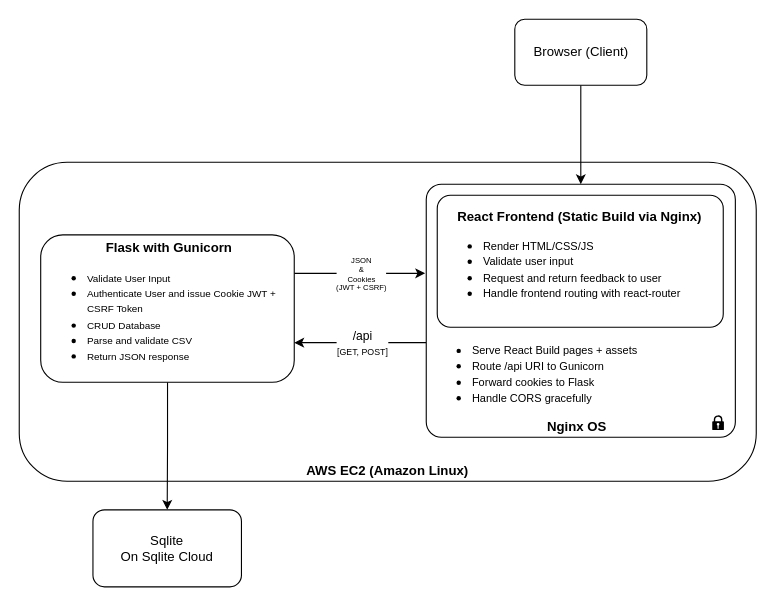
Anshuman239/mmc_mstSys keeps this draw.io diagram as SystemDiagram.drawio. Above is the earlier version. Source tidied: cells renumbered, new cells numbered last; positions are measured from the earlier drawing's top-left corner, leaving out a move shared by most shapes. Both pictures are drawn from the tidied source at 110%, with x=0, y=0 at pixel (19, 19).
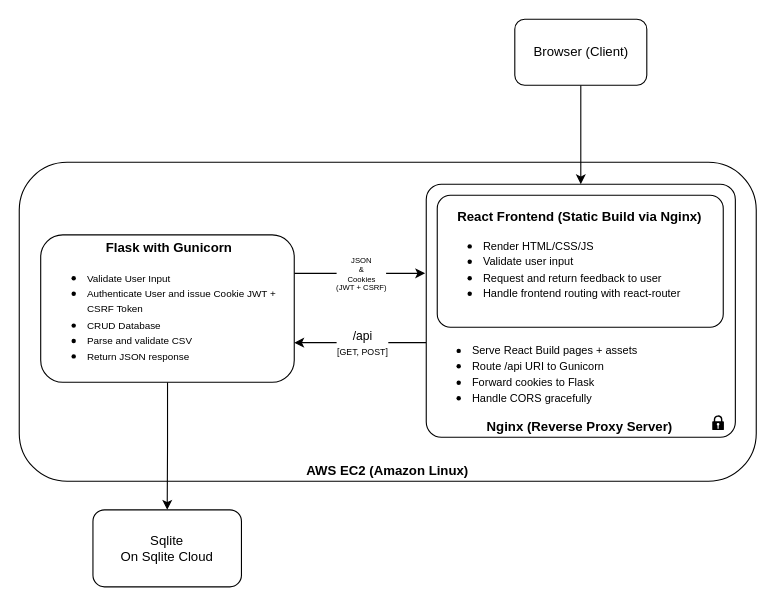
The same page after the edit.

Diff of the diagram source:
```diff
@@
 <mxGraphModel>
   <root>
     <mxCell id="0" />
     <mxCell id="1" parent="0" />
     <mxCell id="2" value="&lt;b&gt;AWS EC2 (Amazon Linux)&lt;/b&gt;" style="rounded=1;whiteSpace=wrap;html=1;fontSize=12;verticalAlign=bottom;" parent="1" vertex="1">
       <mxGeometry y="130" width="670" height="290" as="geometry" />
     </mxCell>
     <mxCell id="3" style="edgeStyle=orthogonalEdgeStyle;rounded=0;jettySize=auto;html=1;entryX=0.5;entryY=0;entryDx=0;entryDy=0;" parent="1" edge="1" source="6" target="10">
       <mxGeometry relative="1" as="geometry" />
     </mxCell>
     <mxCell id="4" style="edgeStyle=orthogonalEdgeStyle;rounded=0;orthogonalLoop=1;jettySize=auto;html=1;" parent="1" edge="1">
       <mxGeometry relative="1" as="geometry">
         <mxPoint x="250" y="231" as="sourcePoint" />
         <mxPoint x="369" y="231" as="targetPoint" />
       </mxGeometry>
     </mxCell>
     <mxCell id="5" value="JSON&lt;br&gt;&amp;amp;&lt;br&gt;Cookies&lt;div&gt;(JWT + CSRF)&lt;/div&gt;" style="edgeLabel;html=1;align=center;verticalAlign=middle;fontSize=7;" parent="4" vertex="1">
       <mxGeometry relative="1" as="geometry" />
     </mxCell>
     <mxCell id="6" value="&lt;div style=&quot;text-align: center;&quot;&gt;&lt;span style=&quot;background-color: transparent; color: light-dark(rgb(0, 0, 0), rgb(255, 255, 255));&quot;&gt;&lt;b&gt;Flask with Gunicorn&lt;/b&gt;&lt;/span&gt;&lt;/div&gt;&lt;ul&gt;&lt;li&gt;&lt;font style=&quot;font-size: 9px;&quot;&gt;Validate User Input&lt;/font&gt;&lt;/li&gt;&lt;li&gt;&lt;font style=&quot;font-size: 9px;&quot;&gt;Authenticate User and issue Cookie JWT + CSRF Token&lt;/font&gt;&lt;/li&gt;&lt;li&gt;&lt;font style=&quot;font-size: 9px;&quot;&gt;CRUD Database&lt;/font&gt;&lt;/li&gt;&lt;li&gt;&lt;font style=&quot;font-size: 9px;&quot;&gt;Parse and validate CSV&lt;/font&gt;&lt;/li&gt;&lt;li&gt;&lt;font style=&quot;font-size: 9px;&quot;&gt;Return JSON response&lt;/font&gt;&lt;/li&gt;&lt;/ul&gt;" style="rounded=1;whiteSpace=wrap;html=1;align=left;verticalAlign=middle;" parent="1" vertex="1">
       <mxGeometry x="19.5" y="196" width="230.5" height="134" as="geometry" />
     </mxCell>
     <mxCell id="7" style="edgeStyle=orthogonalEdgeStyle;rounded=0;orthogonalLoop=1;jettySize=auto;html=1;" parent="1" edge="1">
       <mxGeometry relative="1" as="geometry">
         <mxPoint x="370" y="294" as="sourcePoint" />
         <mxPoint x="250" y="294" as="targetPoint" />
       </mxGeometry>
     </mxCell>
     <mxCell id="8" value="/api&lt;div&gt;&lt;font style=&quot;font-size: 8px;&quot;&gt;[GET, POST]&lt;/font&gt;&lt;/div&gt;" style="edgeLabel;html=1;align=center;verticalAlign=middle;" parent="7" vertex="1">
       <mxGeometry x="0.02" y="-1" relative="1" as="geometry">
         <mxPoint x="2" y="1" as="offset" />
       </mxGeometry>
     </mxCell>
-    <mxCell id="9" value="&lt;div&gt;&lt;ul&gt;&lt;li style=&quot;&quot;&gt;&lt;font style=&quot;font-size: 10px;&quot;&gt;Serve React Build pages + assets&lt;/font&gt;&lt;/li&gt;&lt;li style=&quot;&quot;&gt;&lt;font style=&quot;font-size: 10px;&quot;&gt;Route /api URI to Gunicorn&lt;/font&gt;&lt;/li&gt;&lt;li style=&quot;&quot;&gt;&lt;font style=&quot;font-size: 10px;&quot;&gt;Forward cookies to Flask&lt;/font&gt;&lt;/li&gt;&lt;li style=&quot;&quot;&gt;&lt;font style=&quot;font-size: 10px;&quot;&gt;Handle CORS gracefully&lt;/font&gt;&lt;/li&gt;&lt;/ul&gt;&lt;/div&gt;&lt;div style=&quot;font-weight: bold; text-align: center;&quot;&gt;&lt;b style=&quot;background-color: transparent; color: light-dark(rgb(0, 0, 0), rgb(255, 255, 255));&quot;&gt;&lt;span style=&quot;white-space: pre;&quot;&gt;&#9;&lt;/span&gt;&amp;nbsp; &amp;nbsp; &amp;nbsp;&lt;span style=&quot;white-space: pre;&quot;&gt;&#9;&lt;/span&gt;&lt;span style=&quot;white-space: pre;&quot;&gt;&#9;&lt;/span&gt;Nginx OS&lt;/b&gt;&lt;/div&gt;" style="rounded=1;whiteSpace=wrap;html=1;verticalAlign=bottom;align=left;arcSize=6;" parent="1" vertex="1">
+    <mxCell id="9" value="&lt;div&gt;&lt;ul&gt;&lt;li style=&quot;&quot;&gt;&lt;font style=&quot;font-size: 10px;&quot;&gt;Serve React Build pages + assets&lt;/font&gt;&lt;/li&gt;&lt;li style=&quot;&quot;&gt;&lt;font style=&quot;font-size: 10px;&quot;&gt;Route /api URI to Gunicorn&lt;/font&gt;&lt;/li&gt;&lt;li style=&quot;&quot;&gt;&lt;font style=&quot;font-size: 10px;&quot;&gt;Forward cookies to Flask&lt;/font&gt;&lt;/li&gt;&lt;li style=&quot;&quot;&gt;&lt;font style=&quot;font-size: 10px;&quot;&gt;Handle CORS gracefully&lt;/font&gt;&lt;/li&gt;&lt;/ul&gt;&lt;/div&gt;&lt;div style=&quot;text-align: center;&quot;&gt;&lt;b style=&quot;font-weight: bold; background-color: transparent; color: light-dark(rgb(0, 0, 0), rgb(255, 255, 255));&quot;&gt;&amp;nbsp; &amp;nbsp; &amp;nbsp;&lt;span style=&quot;white-space: pre;&quot;&gt;&#9;&lt;/span&gt;&lt;span style=&quot;white-space: pre;&quot;&gt;&#9;&lt;/span&gt;&lt;/b&gt;&lt;span style=&quot;background-color: transparent; color: light-dark(rgb(0, 0, 0), rgb(255, 255, 255)); text-align: left;&quot;&gt;&lt;b&gt;Nginx (Reverse Proxy Server)&lt;/b&gt;&lt;/span&gt;&lt;/div&gt;" style="rounded=1;whiteSpace=wrap;html=1;verticalAlign=bottom;align=left;arcSize=6;" parent="1" vertex="1">
       <mxGeometry x="370" y="150" width="281" height="230" as="geometry" />
     </mxCell>
     <mxCell id="10" value="Sqlite&lt;div&gt;On Sqlite Cloud&lt;/div&gt;" style="rounded=1;whiteSpace=wrap;html=1;" parent="1" vertex="1">
       <mxGeometry x="67" y="446" width="135" height="70" as="geometry" />
     </mxCell>
     <mxCell id="11" style="edgeStyle=orthogonalEdgeStyle;rounded=0;jettySize=auto;html=1;entryX=0.5;entryY=0;entryDx=0;entryDy=0;" parent="1" edge="1" source="12" target="9">
       <mxGeometry relative="1" as="geometry" />
     </mxCell>
     <mxCell id="12" value="Browser (Client)" style="rounded=1;whiteSpace=wrap;html=1;" parent="1" vertex="1">
       <mxGeometry x="450.5" width="120" height="60" as="geometry" />
     </mxCell>
     <mxCell id="13" value="&lt;div style=&quot;text-align: center;&quot;&gt;&lt;b&gt;&amp;nbsp; &amp;nbsp; &amp;nbsp;React Frontend (Static Build via Nginx)&lt;/b&gt;&lt;/div&gt;&lt;ul&gt;&lt;li&gt;&lt;font size=&quot;1&quot;&gt;Render HTML/CSS/JS&lt;/font&gt;&lt;/li&gt;&lt;li&gt;&lt;font size=&quot;1&quot;&gt;Validate user input&lt;/font&gt;&lt;/li&gt;&lt;li&gt;&lt;font size=&quot;1&quot;&gt;Request and return feedback to user&lt;/font&gt;&lt;/li&gt;&lt;li&gt;&lt;font size=&quot;1&quot;&gt;Handle frontend routing with react-router&lt;/font&gt;&lt;/li&gt;&lt;/ul&gt;" style="rounded=1;whiteSpace=wrap;html=1;align=left;verticalAlign=middle;arcSize=10;" parent="1" vertex="1">
       <mxGeometry x="380" y="160" width="260" height="120" as="geometry" />
     </mxCell>
     <mxCell id="14" style="sketch=0;shadow=0;dashed=0;html=1;labelPosition=center;verticalLabelPosition=bottom;verticalAlign=top;align=center;shape=mxgraph.mscae.enterprise.lock;fillColor=light-dark(#000000,#FFFFFF);strokeColor=none;" parent="1" vertex="1">
       <mxGeometry x="630" y="360" width="10.6" height="13.5" as="geometry" />
     </mxCell>
   </root>
 </mxGraphModel>
```
